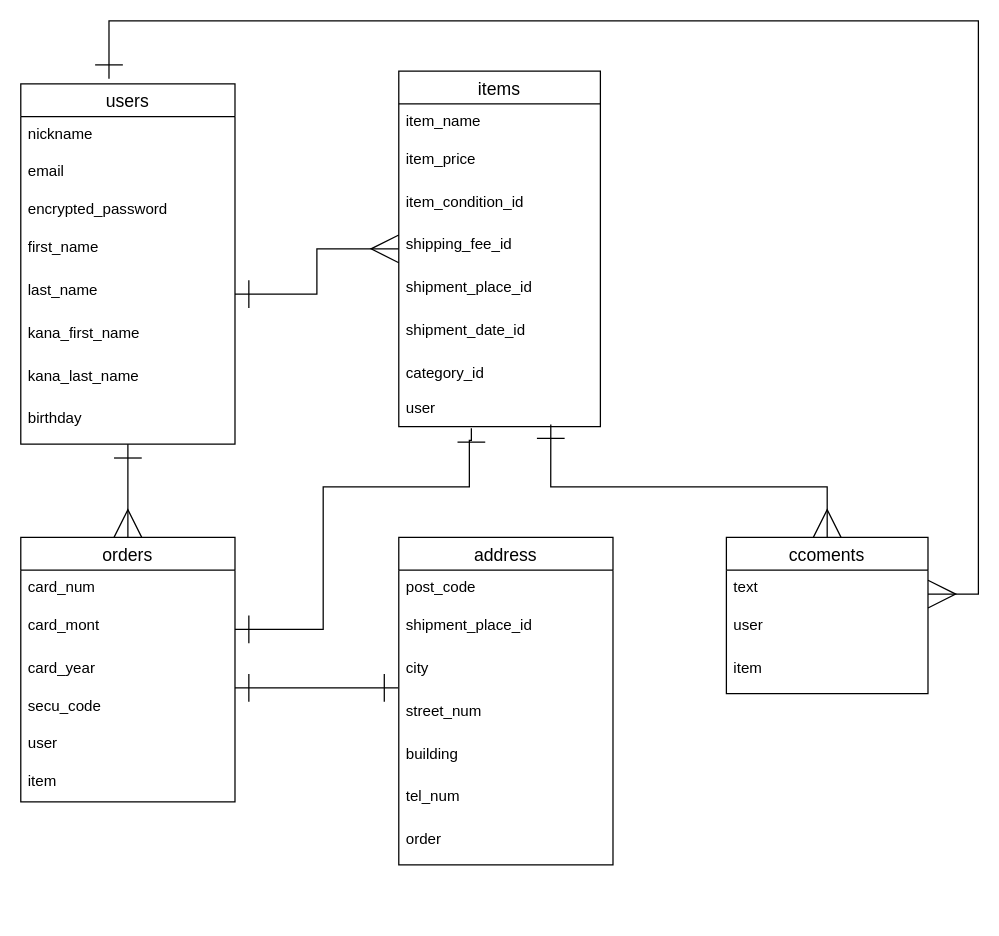
yamamo1984/furima-32901 keeps this draw.io diagram as furima_db.dio. Above is the earlier version. Source tidied: cells renumbered, new cells numbered last; positions are measured from the earlier drawing's top-left corner, leaving out a move shared by most shapes. Both pictures are drawn from the tidied source at 126%, with x=0, y=0 at pixel (20, 20).
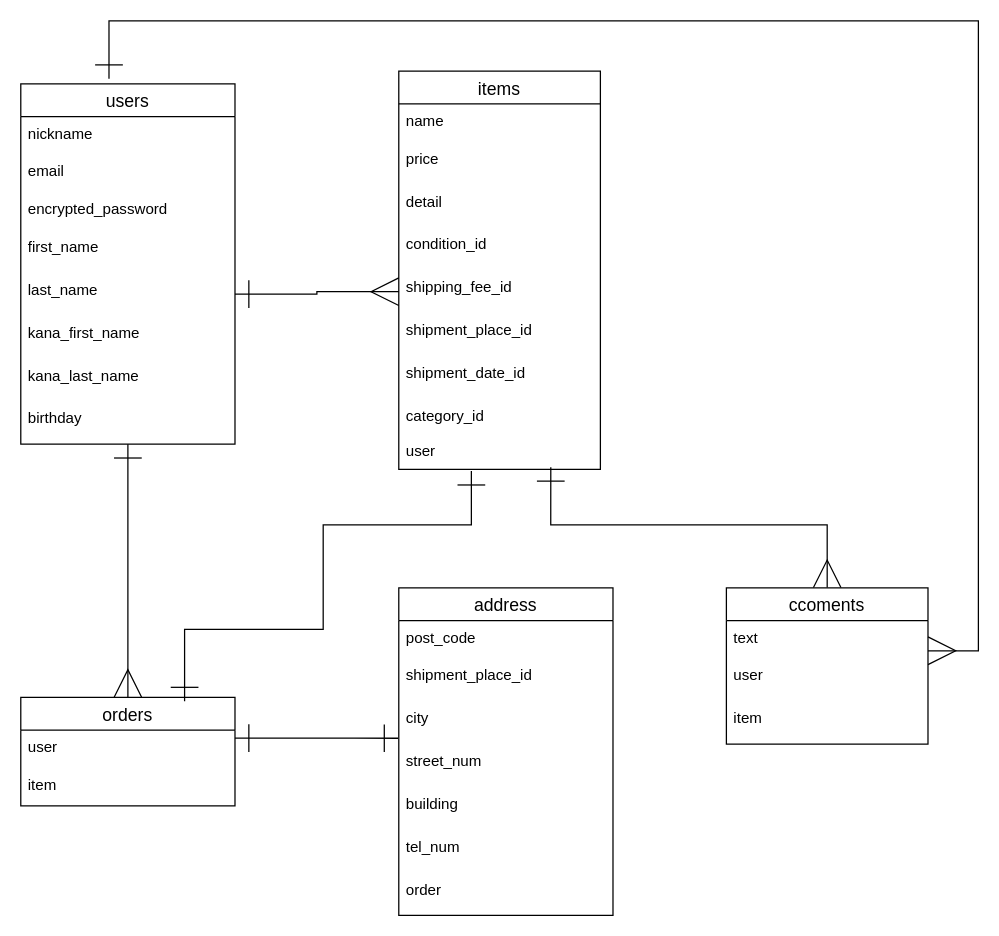
Above is the later version.

Commit message (it also covers changes not shown here):
テーブル設計の修正3

Unchanged cells that the change refers to:
```xml
<mxCell id="33" value="street_num" style="text;strokeColor=none;fillColor=none;spacingLeft=4;spacingRight=4;overflow=hidden;points=[[0,0.5],[1,0.5]];portConstraint=eastwest;fontSize=12;" parent="29" vertex="1">
  <mxGeometry y="124" width="170" height="34" as="geometry" />
</mxCell>
```

Diff of the diagram source:
```diff
@@
     <mxCell id="12" value="items" style="swimlane;fontStyle=0;horizontal=1;startSize=26;align=center;fontSize=14;" parent="1" vertex="1">
-      <mxGeometry x="300" y="40" width="160" height="282" as="geometry" />
+      <mxGeometry x="300" y="40" width="160" height="316" as="geometry" />
     </mxCell>
-    <mxCell id="13" value="item_name" style="text;strokeColor=none;fillColor=none;spacingLeft=4;spacingRight=4;overflow=hidden;fontSize=12;" parent="12" vertex="1">
+    <mxCell id="13" value="name" style="text;strokeColor=none;fillColor=none;spacingLeft=4;spacingRight=4;overflow=hidden;fontSize=12;" parent="12" vertex="1">
       <mxGeometry y="26" width="160" height="30" as="geometry" />
     </mxCell>
-    <mxCell id="14" value="item_price" style="text;strokeColor=none;fillColor=none;spacingLeft=4;spacingRight=4;overflow=hidden;fontSize=12;" parent="12" vertex="1">
+    <mxCell id="14" value="price" style="text;strokeColor=none;fillColor=none;spacingLeft=4;spacingRight=4;overflow=hidden;fontSize=12;" parent="12" vertex="1">
       <mxGeometry y="56" width="160" height="34" as="geometry" />
     </mxCell>
+    <mxCell id="45" value="detail" style="text;strokeColor=none;fillColor=none;spacingLeft=4;spacingRight=4;overflow=hidden;fontSize=12;" parent="12" vertex="1">
+      <mxGeometry y="90" width="160" height="34" as="geometry" />
+    </mxCell>
-    <mxCell id="15" value="item_condition_id" style="text;strokeColor=none;fillColor=none;spacingLeft=4;spacingRight=4;overflow=hidden;fontSize=12;" parent="12" vertex="1">
-      <mxGeometry y="90" width="160" height="34" as="geometry" />
+    <mxCell id="15" value="condition_id" style="text;strokeColor=none;fillColor=none;spacingLeft=4;spacingRight=4;overflow=hidden;fontSize=12;" parent="12" vertex="1">
+      <mxGeometry y="124" width="160" height="34" as="geometry" />
     </mxCell>
     <mxCell id="16" value="shipping_fee_id" style="text;strokeColor=none;fillColor=none;spacingLeft=4;spacingRight=4;overflow=hidden;points=[[0,0.5],[1,0.5]];portConstraint=eastwest;fontSize=12;" parent="12" vertex="1">
-      <mxGeometry y="124" width="160" height="34" as="geometry" />
+      <mxGeometry y="158" width="160" height="34" as="geometry" />
     </mxCell>
     <mxCell id="17" value="shipment_place_id" style="text;strokeColor=none;fillColor=none;spacingLeft=4;spacingRight=4;overflow=hidden;fontSize=12;" parent="12" vertex="1">
-      <mxGeometry y="158" width="160" height="34" as="geometry" />
+      <mxGeometry y="192" width="160" height="34" as="geometry" />
     </mxCell>
     <mxCell id="18" value="shipment_date_id" style="text;strokeColor=none;fillColor=none;spacingLeft=4;spacingRight=4;overflow=hidden;fontSize=12;" parent="12" vertex="1">
-      <mxGeometry y="192" width="160" height="34" as="geometry" />
+      <mxGeometry y="226" width="160" height="34" as="geometry" />
     </mxCell>
     <mxCell id="19" value="category_id" style="text;strokeColor=none;fillColor=none;spacingLeft=4;spacingRight=4;overflow=hidden;fontSize=12;" parent="12" vertex="1">
-      <mxGeometry y="226" width="160" height="28" as="geometry" />
+      <mxGeometry y="260" width="160" height="28" as="geometry" />
     </mxCell>
     <mxCell id="20" value="user" style="text;strokeColor=none;fillColor=none;spacingLeft=4;spacingRight=4;overflow=hidden;points=[[0,0.5],[1,0.5]];portConstraint=eastwest;fontSize=12;" parent="12" vertex="1">
-      <mxGeometry y="254" width="160" height="28" as="geometry" />
+      <mxGeometry y="288" width="160" height="28" as="geometry" />
     </mxCell>
     <mxCell id="21" style="edgeStyle=orthogonalEdgeStyle;rounded=0;jettySize=auto;html=1;entryX=-0.003;entryY=-0.135;entryDx=0;entryDy=0;entryPerimeter=0;startArrow=ERone;startFill=0;startSize=20;endArrow=ERone;endFill=0;endSize=20;targetPerimeterSpacing=0;" parent="1" edge="1" source="22" target="33">
       <mxGeometry relative="1" as="geometry">
         <Array as="points">
-          <mxPoint x="265" y="530" />
+          <mxPoint x="265" y="570" />
         </Array>
       </mxGeometry>
     </mxCell>
     <mxCell id="22" value="orders" style="swimlane;fontStyle=0;horizontal=1;startSize=26;align=center;fontSize=14;" parent="1" vertex="1">
-      <mxGeometry y="410" width="170" height="210" as="geometry" />
+      <mxGeometry y="537" width="170" height="86" as="geometry" />
     </mxCell>
-    <mxCell id="23" value="card_num" style="text;strokeColor=none;fillColor=none;spacingLeft=4;spacingRight=4;overflow=hidden;fontSize=12;" parent="22" vertex="1">
-      <mxGeometry y="26" width="170" height="30" as="geometry" />
-    </mxCell>
-    <mxCell id="24" value="card_mont" style="text;strokeColor=none;fillColor=none;spacingLeft=4;spacingRight=4;overflow=hidden;points=[[0,0.5],[1,0.5]];portConstraint=eastwest;fontSize=12;" parent="22" vertex="1">
-      <mxGeometry y="56" width="170" height="34" as="geometry" />
-    </mxCell>
-    <mxCell id="25" value="card_year" style="text;strokeColor=none;fillColor=none;spacingLeft=4;spacingRight=4;overflow=hidden;fontSize=12;" parent="22" vertex="1">
-      <mxGeometry y="90" width="170" height="30" as="geometry" />
-    </mxCell>
-    <mxCell id="26" value="secu_code" style="text;strokeColor=none;fillColor=none;spacingLeft=4;spacingRight=4;overflow=hidden;fontSize=12;" parent="22" vertex="1">
-      <mxGeometry y="120" width="170" height="30" as="geometry" />
-    </mxCell>
     <mxCell id="27" value="user" style="text;strokeColor=none;fillColor=none;spacingLeft=4;spacingRight=4;overflow=hidden;fontSize=12;" parent="22" vertex="1">
-      <mxGeometry y="150" width="170" height="30" as="geometry" />
+      <mxGeometry y="26" width="170" height="30" as="geometry" />
     </mxCell>
     <mxCell id="28" value="item" style="text;strokeColor=none;fillColor=none;spacingLeft=4;spacingRight=4;overflow=hidden;fontSize=12;" parent="22" vertex="1">
-      <mxGeometry y="180" width="170" height="30" as="geometry" />
+      <mxGeometry y="56" width="170" height="30" as="geometry" />
     </mxCell>
     <mxCell id="29" value="address" style="swimlane;fontStyle=0;horizontal=1;startSize=26;align=center;fontSize=14;" parent="1" vertex="1">
-      <mxGeometry x="300" y="410" width="170" height="260" as="geometry" />
+      <mxGeometry x="300" y="450" width="170" height="260" as="geometry" />
     </mxCell>
@@
-    <mxCell id="38" style="edgeStyle=orthogonalEdgeStyle;rounded=0;jettySize=auto;html=1;startArrow=ERone;startFill=0;startSize=20;endArrow=ERone;endFill=0;endSize=20;targetPerimeterSpacing=0;entryX=0.36;entryY=1.05;entryDx=0;entryDy=0;entryPerimeter=0;" parent="1" edge="1" source="24" target="20">
+    <mxCell id="38" style="edgeStyle=orthogonalEdgeStyle;rounded=0;jettySize=auto;html=1;startArrow=ERone;startFill=0;startSize=20;endArrow=ERone;endFill=0;endSize=20;targetPerimeterSpacing=0;entryX=0.36;entryY=1.05;entryDx=0;entryDy=0;entryPerimeter=0;" parent="1" edge="1" target="20">
       <mxGeometry relative="1" as="geometry">
+        <mxPoint x="130" y="540" as="sourcePoint" />
         <Array as="points">
+          <mxPoint x="130" y="483" />
           <mxPoint x="240" y="483" />
-          <mxPoint x="240" y="370" />
-          <mxPoint x="356" y="370" />
-          <mxPoint x="356" y="333" />
+          <mxPoint x="240" y="400" />
+          <mxPoint x="358" y="400" />
         </Array>
       </mxGeometry>
     </mxCell>
     <mxCell id="39" style="edgeStyle=orthogonalEdgeStyle;rounded=0;jettySize=auto;html=1;startArrow=ERmany;startFill=0;startSize=20;endArrow=ERone;endFill=0;endSize=20;targetPerimeterSpacing=0;" parent="1" edge="1" source="41">
       <mxGeometry relative="1" as="geometry">
         <mxPoint x="70" y="46" as="targetPoint" />
         <Array as="points">
-          <mxPoint x="760" y="455" />
+          <mxPoint x="760" y="500" />
           <mxPoint x="760" />
           <mxPoint x="70" />
         </Array>
       </mxGeometry>
     </mxCell>
     <mxCell id="40" style="edgeStyle=orthogonalEdgeStyle;rounded=0;jettySize=auto;html=1;startArrow=ERmany;startFill=0;startSize=20;endArrow=ERone;endFill=0;endSize=20;targetPerimeterSpacing=0;entryX=0.754;entryY=0.943;entryDx=0;entryDy=0;entryPerimeter=0;" parent="1" edge="1" source="41" target="20">
       <mxGeometry relative="1" as="geometry">
         <Array as="points">
-          <mxPoint x="640" y="370" />
-          <mxPoint x="421" y="370" />
+          <mxPoint x="640" y="400" />
+          <mxPoint x="421" y="400" />
         </Array>
       </mxGeometry>
     </mxCell>
     <mxCell id="41" value="ccoments" style="swimlane;fontStyle=0;horizontal=1;startSize=26;align=center;fontSize=14;" parent="1" vertex="1">
-      <mxGeometry x="560" y="410" width="160" height="124" as="geometry" />
+      <mxGeometry x="560" y="450" width="160" height="124" as="geometry" />
     </mxCell>
```
